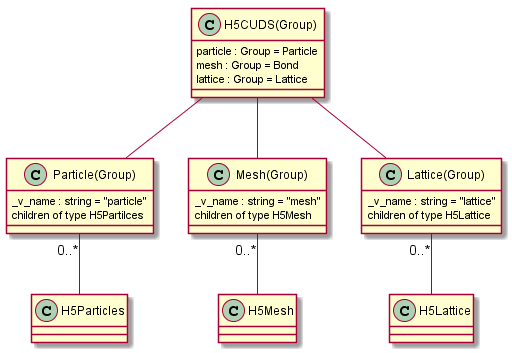
simphony/simphony-common keeps this PlantUML diagram as doc/source/images/h5cuds.png. Above is the earlier version.
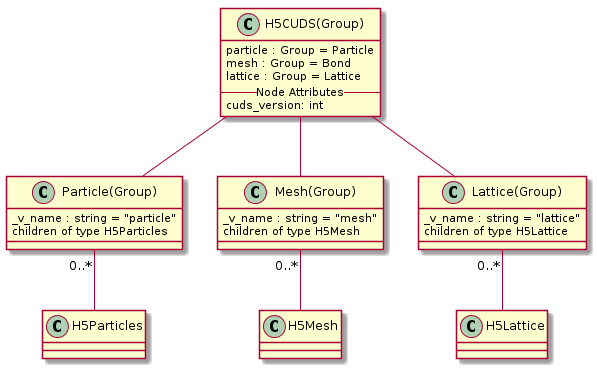
Above is the later version.

What changed in the source:
```diff
@@ -4,12 +4,13 @@
    particle : Group = Particle
    mesh : Group = Bond
    lattice : Group = Lattice
-
+   -- Node Attributes --
+   cuds_version: int
 }
 
 class Particle as "Particle(Group)" {
    _v_name : string = "particle"
-   children of type H5Partilces
+   children of type H5Particles
 }
 
 class Mesh as "Mesh(Group)" {
```
